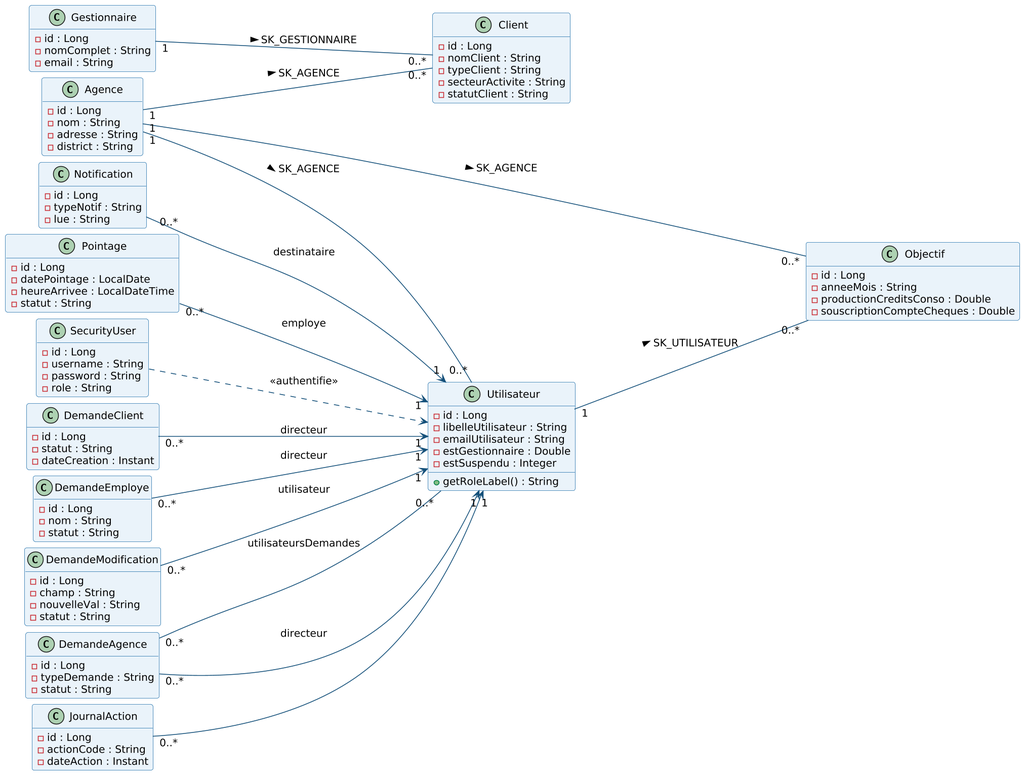
Before: rapport-latex/diagrams/class.png, a diagram exported from PlantUML (ZizouX0/oussema_korbosli).
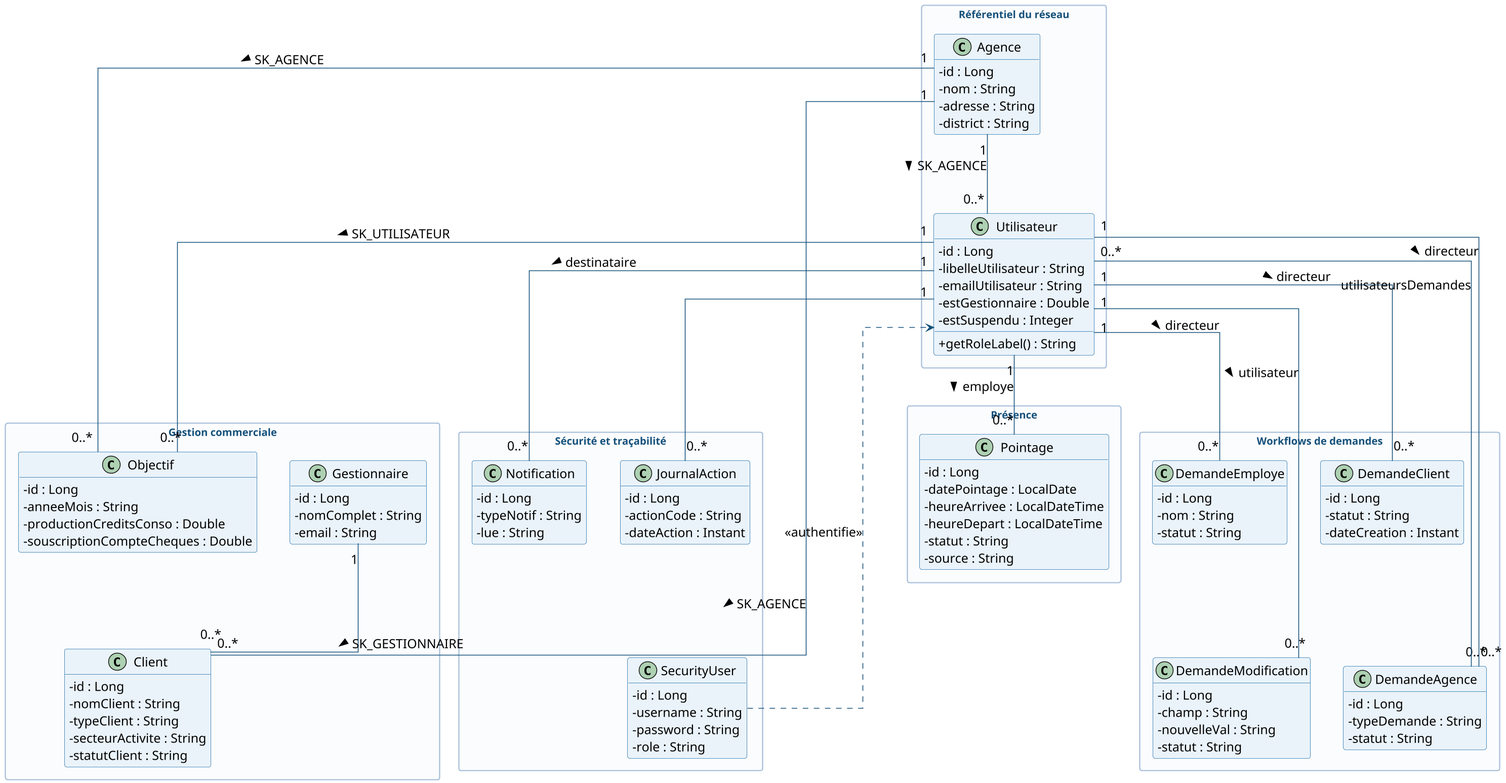
After the change.

What changed in the source:
```diff
@@ -3,106 +3,135 @@
 skinparam dpi 150
 skinparam shadowing false
 skinparam DefaultFontName Arial
-skinparam DefaultFontSize 13
+skinparam DefaultFontSize 16
 skinparam ArrowColor #14507A
 skinparam roundCorner 6
 
 skinparam classBackgroundColor #EAF3FA
 skinparam classBorderColor #1B6CA8
 skinparam classArrowColor #14507A
+skinparam classAttributeIconSize 0
+skinparam packageStyle rectangle
+skinparam packageBackgroundColor #FBFCFE
+skinparam packageBorderColor #A9C0DA
+skinparam packageFontColor #14507A
+skinparam packageFontSize 13
 hide empty members
-left to right direction
-skinparam ranksep 170
-skinparam nodesep 8
 
-class Agence {
-  -id : Long
-  -nom : String
-  -adresse : String
-  -district : String
-}
-class Utilisateur {
-  -id : Long
-  -libelleUtilisateur : String
-  -emailUtilisateur : String
-  -estGestionnaire : Double
-  -estSuspendu : Integer
-  +getRoleLabel() : String
-}
-class Client {
-  -id : Long
-  -nomClient : String
-  -typeClient : String
-  -secteurActivite : String
-  -statutClient : String
-}
-class Gestionnaire {
-  -id : Long
-  -nomComplet : String
-  -email : String
-}
-class Objectif {
-  -id : Long
-  -anneeMois : String
-  -productionCreditsConso : Double
-  -souscriptionCompteCheques : Double
-}
-class SecurityUser {
-  -id : Long
-  -username : String
-  -password : String
-  -role : String
-}
-class DemandeClient {
-  -id : Long
-  -statut : String
-  -dateCreation : Instant
-}
-class DemandeEmploye {
-  -id : Long
-  -nom : String
-  -statut : String
-}
-class DemandeModification {
-  -id : Long
-  -champ : String
-  -nouvelleVal : String
-  -statut : String
-}
-class DemandeAgence {
-  -id : Long
-  -typeDemande : String
-  -statut : String
-}
-class JournalAction {
-  -id : Long
-  -actionCode : String
-  -dateAction : Instant
-}
-class Notification {
-  -id : Long
-  -typeNotif : String
-  -lue : String
-}
-class Pointage {
-  -id : Long
-  -datePointage : LocalDate
-  -heureArrivee : LocalDateTime
-  -statut : String
+skinparam linetype ortho
+skinparam nodesep 42
+skinparam ranksep 100
+
+package "Référentiel du réseau" as P1 {
+  class Agence {
+    -id : Long
+    -nom : String
+    -adresse : String
+    -district : String
+  }
+  class Utilisateur {
+    -id : Long
+    -libelleUtilisateur : String
+    -emailUtilisateur : String
+    -estGestionnaire : Double
+    -estSuspendu : Integer
+    +getRoleLabel() : String
+  }
 }
 
+package "Gestion commerciale" as P2 {
+  class Gestionnaire {
+    -id : Long
+    -nomComplet : String
+    -email : String
+  }
+  class Client {
+    -id : Long
+    -nomClient : String
+    -typeClient : String
+    -secteurActivite : String
+    -statutClient : String
+  }
+  class Objectif {
+    -id : Long
+    -anneeMois : String
+    -productionCreditsConso : Double
+    -souscriptionCompteCheques : Double
+  }
+}
+
+package "Présence" as P3 {
+  class Pointage {
+    -id : Long
+    -datePointage : LocalDate
+    -heureArrivee : LocalDateTime
+    -heureDepart : LocalDateTime
+    -statut : String
+    -source : String
+  }
+}
+
+package "Workflows de demandes" as P4 {
+  class DemandeClient {
+    -id : Long
+    -statut : String
+    -dateCreation : Instant
+  }
+  class DemandeEmploye {
+    -id : Long
+    -nom : String
+    -statut : String
+  }
+  class DemandeModification {
+    -id : Long
+    -champ : String
+    -nouvelleVal : String
+    -statut : String
+  }
+  class DemandeAgence {
+    -id : Long
+    -typeDemande : String
+    -statut : String
+  }
+}
+
+package "Sécurité et traçabilité" as P5 {
+  class SecurityUser {
+    -id : Long
+    -username : String
+    -password : String
+    -role : String
+  }
+  class JournalAction {
+    -id : Long
+    -actionCode : String
+    -dateAction : Instant
+  }
+  class Notification {
+    -id : Long
+    -typeNotif : String
+    -lue : String
+  }
+}
+
+DemandeClient  -[hidden]down- DemandeAgence
+DemandeEmploye -[hidden]down- DemandeModification
+JournalAction  -[hidden]down- SecurityUser
+Objectif       -[hidden]down- Client
+
 Agence "1" -- "0..*" Utilisateur : SK_AGENCE >
-Agence "1" -- "0..*" Client : SK_AGENCE >
-Agence "1" -- "0..*" Objectif : SK_AGENCE >
+Agence "1" -- "0..*" Client      : SK_AGENCE >
+Agence "1" -- "0..*" Objectif    : SK_AGENCE >
 Gestionnaire "1" -- "0..*" Client : SK_GESTIONNAIRE >
-Utilisateur "1" -- "0..*" Objectif : SK_UTILISATEUR >
-DemandeClient "0..*" --> "1" Utilisateur : directeur
-DemandeEmploye "0..*" --> "1" Utilisateur : directeur
-DemandeModification "0..*" --> "1" Utilisateur : utilisateur
-DemandeAgence "0..*" --> "1" Utilisateur : directeur
-DemandeAgence "0..*" -- "0..*" Utilisateur : utilisateursDemandes
-JournalAction "0..*" --> "1" Utilisateur
-Notification "0..*" --> "1" Utilisateur : destinataire
-Pointage "0..*" --> "1" Utilisateur : employe
+
+Utilisateur "1" -- "0..*" Objectif  : SK_UTILISATEUR >
+Utilisateur "1" -- "0..*" Pointage  : employe >
+Utilisateur "1" -- "0..*" JournalAction
+Utilisateur "1" -- "0..*" Notification : destinataire >
+Utilisateur "1" -- "0..*" DemandeClient       : directeur >
+Utilisateur "1" -- "0..*" DemandeEmploye      : directeur >
+Utilisateur "1" -- "0..*" DemandeModification : utilisateur >
+Utilisateur "1" -- "0..*" DemandeAgence       : directeur >
+Utilisateur "0..*" -- "0..*" DemandeAgence    : utilisateursDemandes
 SecurityUser ..> Utilisateur : <<authentifie>>
 @enduml
```
